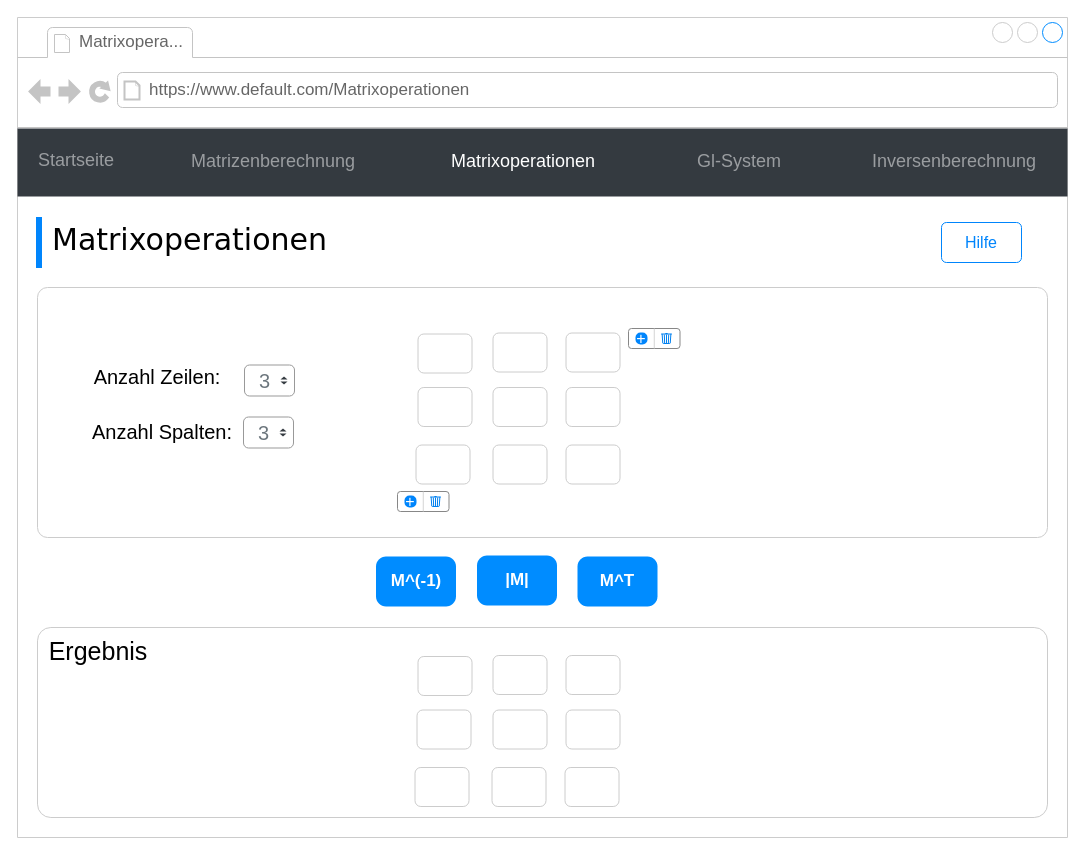
This is mockup/mockup_matrixoperationen.drawio from finitearth/Gaussian-Elimination-GUI, a draw.io file, before an edit. Source tidied: cells renumbered, new cells numbered last; positions are measured from the earlier drawing's top-left corner, leaving out a move shared by most shapes. Both pictures are drawn from the tidied source at 100%, with x=0, y=0 at pixel (17, 17).
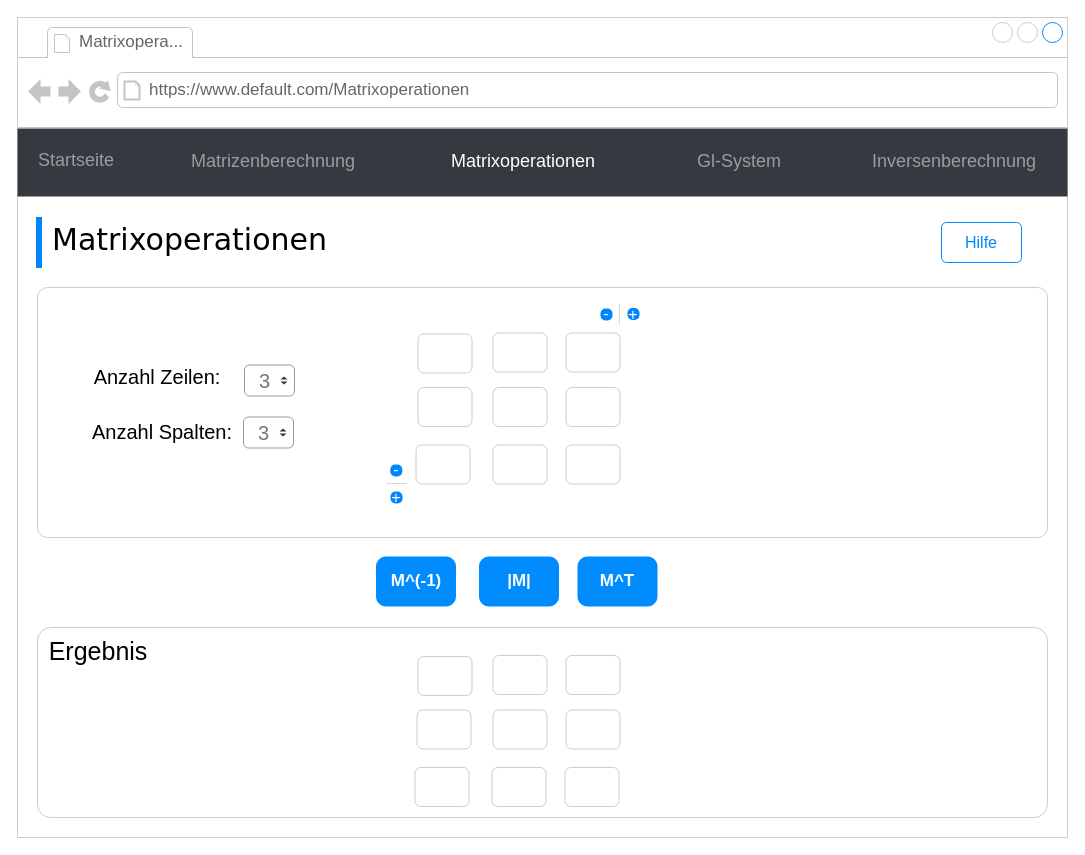
Above is the later version.

Unchanged cells that the change refers to:
```xml
<mxCell id="2" style="strokeWidth=1;shadow=0;dashed=0;align=center;html=1;shape=mxgraph.mockup.containers.browserWindow;rSize=0;strokeColor=#CCCCCC;mainText=,;rounded=0;labelBackgroundColor=none;fontFamily=Verdana;fontSize=12;" parent="1" vertex="1">
  <mxGeometry width="1050" height="820" as="geometry" />
</mxCell>
```

Diff of the diagram source:
```diff
@@
     <mxCell id="15" value="|M|" style="strokeWidth=1;shadow=0;dashed=0;align=center;html=1;shape=mxgraph.mockup.buttons.button;strokeColor=none;fontColor=#ffffff;mainText=;buttonStyle=round;fontSize=17;fontStyle=1;fillColor=#008cff;whiteSpace=wrap;" parent="2" vertex="1">
-      <mxGeometry x="459.5" y="538" width="80" height="50" as="geometry" />
+      <mxGeometry x="461.5" y="539" width="80" height="50" as="geometry" />
     </mxCell>
@@
-    <mxCell id="35" style="rounded=1;whiteSpace=wrap;html=1;strokeColor=#878787;" parent="2" vertex="1">
-      <mxGeometry x="380" y="474" width="51.5" height="20" as="geometry" />
-    </mxCell>
-    <mxCell id="36" style="html=1;verticalLabelPosition=bottom;align=center;labelBackgroundColor=#ffffff;verticalAlign=top;strokeWidth=1;strokeColor=#0080F0;shadow=0;dashed=0;shape=mxgraph.ios7.icons.trashcan;" parent="2" vertex="1">
-      <mxGeometry x="413" y="479" width="10" height="10" as="geometry" />
-    </mxCell>
-    <mxCell id="37" style="endArrow=none;html=1;rounded=0;strokeColor=#D4D4D4;exitX=0.5;exitY=0;exitDx=0;exitDy=0;entryX=0.5;entryY=1;entryDx=0;entryDy=0;" parent="2" edge="1" source="35" target="35">
-      <mxGeometry relative="1" as="geometry" />
-    </mxCell>
-    <mxCell id="38" value="&amp;nbsp;+&amp;nbsp;" style="html=1;shadow=0;dashed=0;shape=mxgraph.bootstrap.rrect;rSize=5;strokeColor=none;strokeWidth=1;fillColor=#0085FC;fontColor=#FFFFFF;whiteSpace=wrap;align=center;verticalAlign=middle;spacingLeft=0;fontStyle=0;fontSize=16;spacing=5;rotation=0;labelPosition=center;verticalLabelPosition=middle;" parent="2" vertex="1">
-      <mxGeometry x="387" y="478" width="12" height="12" as="geometry" />
-    </mxCell>
+    <mxCell id="54" style="endArrow=none;html=1;rounded=0;strokeColor=#D4D4D4;exitX=0.5;exitY=0;exitDx=0;exitDy=0;entryX=0.5;entryY=1;entryDx=0;entryDy=0;" parent="2" edge="1">
+      <mxGeometry relative="1" as="geometry">
+        <mxPoint x="369" y="466" as="sourcePoint" />
+        <mxPoint x="389" y="466" as="targetPoint" />
+      </mxGeometry>
+    </mxCell>
+    <mxCell id="55" value="&amp;nbsp;+&amp;nbsp;" style="html=1;shadow=0;dashed=0;shape=mxgraph.bootstrap.rrect;rSize=5;strokeColor=none;strokeWidth=1;fillColor=#0085FC;fontColor=#FFFFFF;whiteSpace=wrap;align=center;verticalAlign=middle;spacingLeft=0;fontStyle=0;fontSize=16;spacing=5;rotation=0;labelPosition=center;verticalLabelPosition=middle;" parent="2" vertex="1">
+      <mxGeometry x="373" y="474" width="12" height="12" as="geometry" />
+    </mxCell>
+    <mxCell id="56" value="-" style="html=1;shadow=0;dashed=0;shape=mxgraph.bootstrap.rrect;rSize=5;strokeColor=none;strokeWidth=1;fillColor=#0085FC;fontColor=#FFFFFF;whiteSpace=wrap;align=center;verticalAlign=middle;spacingLeft=0;fontStyle=0;fontSize=16;spacing=5;rotation=0;labelPosition=center;verticalLabelPosition=middle;spacingTop=-3;" parent="2" vertex="1">
+      <mxGeometry x="372.8" y="447" width="12" height="12" as="geometry" />
+    </mxCell>
+    <mxCell id="52" style="endArrow=none;html=1;rounded=0;strokeColor=#D4D4D4;exitX=0.5;exitY=0;exitDx=0;exitDy=0;entryX=0.5;entryY=1;entryDx=0;entryDy=0;" parent="2" edge="1">
+      <mxGeometry relative="1" as="geometry">
+        <mxPoint x="601.8" y="287" as="sourcePoint" />
+        <mxPoint x="601.8" y="307" as="targetPoint" />
+      </mxGeometry>
+    </mxCell>
+    <mxCell id="57" value="-" style="html=1;shadow=0;dashed=0;shape=mxgraph.bootstrap.rrect;rSize=5;strokeColor=none;strokeWidth=1;fillColor=#0085FC;fontColor=#FFFFFF;whiteSpace=wrap;align=center;verticalAlign=middle;spacingLeft=0;fontStyle=0;fontSize=16;spacing=5;rotation=0;labelPosition=center;verticalLabelPosition=middle;spacingTop=-3;" parent="2" vertex="1">
+      <mxGeometry x="583" y="291" width="12" height="12" as="geometry" />
+    </mxCell>
+    <mxCell id="58" value="&amp;nbsp;+&amp;nbsp;" style="html=1;shadow=0;dashed=0;shape=mxgraph.bootstrap.rrect;rSize=5;strokeColor=none;strokeWidth=1;fillColor=#0085FC;fontColor=#FFFFFF;whiteSpace=wrap;align=center;verticalAlign=middle;spacingLeft=0;fontStyle=0;fontSize=16;spacing=5;rotation=0;labelPosition=center;verticalLabelPosition=middle;" parent="2" vertex="1">
+      <mxGeometry x="610" y="290.5" width="12" height="12" as="geometry" />
+    </mxCell>
@@
-    <mxCell id="50" style="rounded=1;whiteSpace=wrap;html=1;strokeColor=#878787;" parent="1" vertex="1">
-      <mxGeometry x="611" y="311" width="51.5" height="20" as="geometry" />
-    </mxCell>
-    <mxCell id="51" style="html=1;verticalLabelPosition=bottom;align=center;labelBackgroundColor=#ffffff;verticalAlign=top;strokeWidth=1;strokeColor=#0080F0;shadow=0;dashed=0;shape=mxgraph.ios7.icons.trashcan;" parent="1" vertex="1">
-      <mxGeometry x="644" y="316" width="10" height="10" as="geometry" />
-    </mxCell>
-    <mxCell id="52" style="endArrow=none;html=1;rounded=0;strokeColor=#D4D4D4;exitX=0.5;exitY=0;exitDx=0;exitDy=0;entryX=0.5;entryY=1;entryDx=0;entryDy=0;" parent="1" edge="1" source="50" target="50">
-      <mxGeometry relative="1" as="geometry" />
-    </mxCell>
-    <mxCell id="53" value="&amp;nbsp;+&amp;nbsp;" style="html=1;shadow=0;dashed=0;shape=mxgraph.bootstrap.rrect;rSize=5;strokeColor=none;strokeWidth=1;fillColor=#0085FC;fontColor=#FFFFFF;whiteSpace=wrap;align=center;verticalAlign=middle;spacingLeft=0;fontStyle=0;fontSize=16;spacing=5;rotation=0;labelPosition=center;verticalLabelPosition=middle;" parent="1" vertex="1">
-      <mxGeometry x="618" y="315" width="12" height="12" as="geometry" />
-    </mxCell>
```
